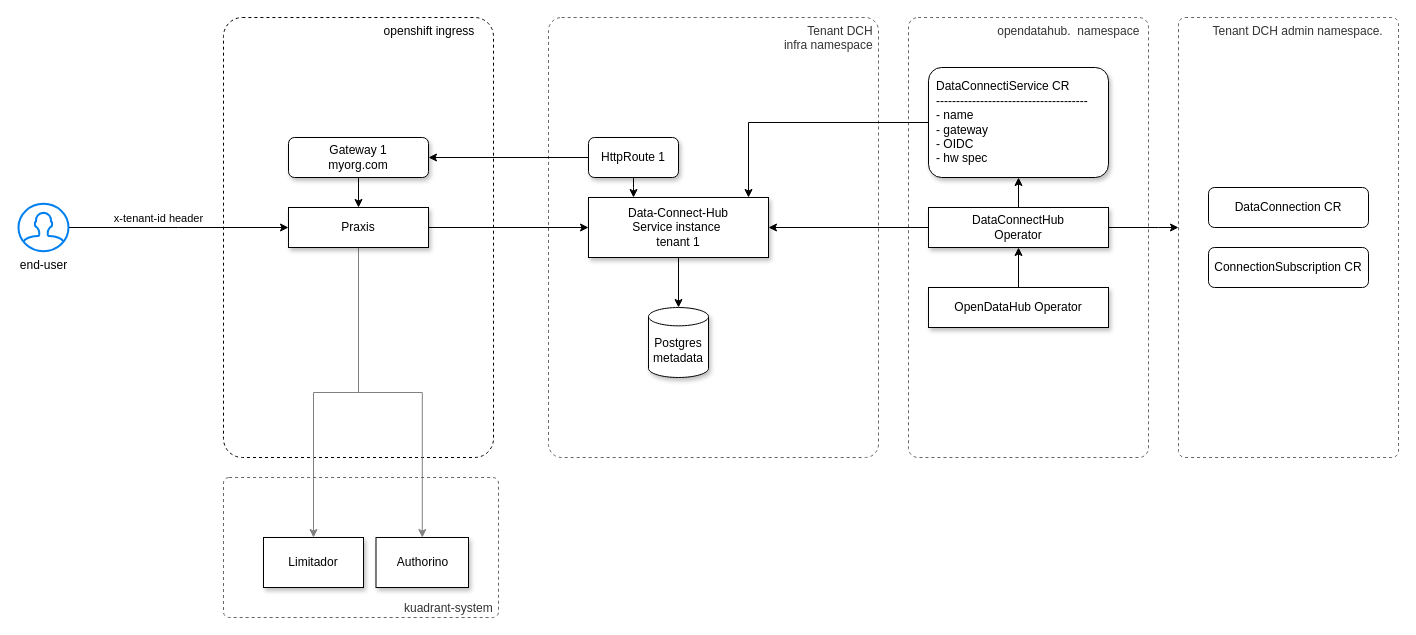
opendatahub-io/architecture-decision-records keeps this draw.io diagram as page "soft-tenancy" (4 of 5) of architecture-decision-records/data-connect-hub/diagrams/Connections.drawio. Above is the earlier version. Source tidied: cells renumbered, new cells numbered last; positions are measured from the earlier drawing's top-left corner, leaving out a move shared by most shapes. Both pictures are drawn from the tidied source at 100%, with x=0, y=0 at pixel (18, 17).
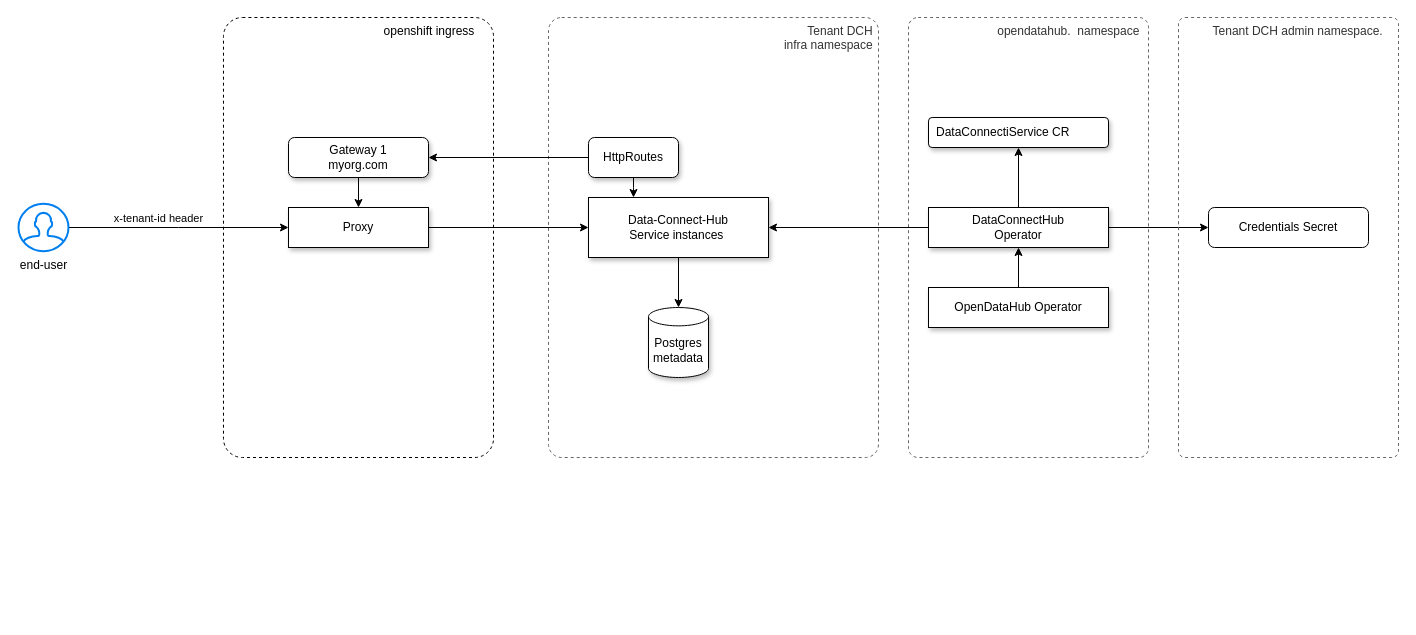
After the change.

The change refers to these unchanged cells:
```xml
<mxCell id="17" value="DataConnectHub&lt;div&gt;Operator&lt;/div&gt;" style="rounded=0;whiteSpace=wrap;html=1;shadow=1;" parent="1" vertex="1">
  <mxGeometry x="910" y="190" width="180" height="40" as="geometry" />
</mxCell>
<mxCell id="31" value="Tenant DCH admin namespace.&amp;nbsp; &amp;nbsp;&amp;nbsp;" style="rounded=1;whiteSpace=wrap;html=1;verticalAlign=top;align=right;dashed=1;arcSize=3;fillColor=none;fontColor=#333333;strokeColor=#666666;strokeWidth=1;" parent="1" vertex="1">
  <mxGeometry x="1160" width="220" height="440" as="geometry" />
</mxCell>
```

The edit, as a diff of the source:
```diff
@@
-    <mxCell id="6" style="edgeStyle=orthogonalEdgeStyle;rounded=0;jettySize=auto;html=1;strokeColor=#808080;" parent="1" edge="1" source="8" target="30">
-      <mxGeometry relative="1" as="geometry" />
-    </mxCell>
-    <mxCell id="7" style="edgeStyle=orthogonalEdgeStyle;rounded=0;jettySize=auto;html=1;strokeColor=#808080;" parent="1" edge="1" source="8" target="29">
-      <mxGeometry relative="1" as="geometry" />
-    </mxCell>
-    <mxCell id="8" value="Praxis" style="rounded=0;whiteSpace=wrap;html=1;shadow=1;" parent="1" vertex="1">
+    <mxCell id="8" value="Proxy" style="rounded=0;whiteSpace=wrap;html=1;shadow=1;" parent="1" vertex="1">
       <mxGeometry x="270" y="190" width="140" height="40" as="geometry" />
     </mxCell>
@@
-    <mxCell id="11" value="Data-Connect-Hub&lt;div&gt;Service instance&amp;nbsp;&lt;/div&gt;&lt;div&gt;tenant 1&lt;/div&gt;" style="rounded=0;whiteSpace=wrap;html=1;shadow=1;" parent="1" vertex="1">
+    <mxCell id="11" value="Data-Connect-Hub&lt;div&gt;Service instances&amp;nbsp;&lt;/div&gt;" style="rounded=0;whiteSpace=wrap;html=1;shadow=1;" parent="1" vertex="1">
       <mxGeometry x="570" y="180" width="180" height="60" as="geometry" />
     </mxCell>
@@
-    <mxCell id="16" style="edgeStyle=orthogonalEdgeStyle;rounded=0;jettySize=auto;html=1;" parent="1" edge="1" source="17" target="31">
-      <mxGeometry relative="1" as="geometry">
-        <Array as="points">
-          <mxPoint x="1140" y="210" />
-          <mxPoint x="1140" y="210" />
-        </Array>
-      </mxGeometry>
+    <mxCell id="16" style="edgeStyle=orthogonalEdgeStyle;rounded=0;jettySize=auto;html=1;" parent="1" edge="1" source="17" target="32">
+      <mxGeometry relative="1" as="geometry" />
     </mxCell>
@@
-    <mxCell id="25" value="HttpRoute 1" style="rounded=1;whiteSpace=wrap;html=1;shadow=1;" parent="1" vertex="1">
+    <mxCell id="25" value="HttpRoutes" style="rounded=1;whiteSpace=wrap;html=1;shadow=1;" parent="1" vertex="1">
       <mxGeometry x="570" y="120" width="90" height="40" as="geometry" />
     </mxCell>
-    <mxCell id="26" style="edgeStyle=orthogonalEdgeStyle;rounded=0;jettySize=auto;html=1;" parent="1" edge="1" source="27" target="11">
-      <mxGeometry relative="1" as="geometry">
-        <Array as="points">
-          <mxPoint x="730" y="105" />
-        </Array>
-      </mxGeometry>
-    </mxCell>
-    <mxCell id="27" value="DataConnectiService&amp;nbsp;&lt;span style=&quot;background-color: transparent; color: light-dark(rgb(0, 0, 0), rgb(255, 255, 255));&quot;&gt;CR&lt;/span&gt;&lt;div&gt;&lt;span style=&quot;background-color: transparent; color: light-dark(rgb(0, 0, 0), rgb(255, 255, 255));&quot;&gt;--------------------------------------&lt;/span&gt;&lt;/div&gt;&lt;div&gt;&lt;span style=&quot;background-color: transparent; color: light-dark(rgb(0, 0, 0), rgb(255, 255, 255));&quot;&gt;- name&lt;/span&gt;&lt;/div&gt;&lt;div&gt;&lt;span style=&quot;background-color: transparent; color: light-dark(rgb(0, 0, 0), rgb(255, 255, 255));&quot;&gt;- gateway&lt;/span&gt;&lt;/div&gt;&lt;div&gt;&lt;span style=&quot;background-color: transparent; color: light-dark(rgb(0, 0, 0), rgb(255, 255, 255));&quot;&gt;- OIDC&lt;/span&gt;&lt;/div&gt;&lt;div&gt;&lt;span style=&quot;background-color: transparent; color: light-dark(rgb(0, 0, 0), rgb(255, 255, 255));&quot;&gt;- hw spec&lt;/span&gt;&lt;/div&gt;" style="rounded=1;whiteSpace=wrap;html=1;glass=0;shadow=1;align=left;spacing=8;arcSize=12;" parent="1" vertex="1">
-      <mxGeometry x="910" y="50" width="180" height="110" as="geometry" />
+    <mxCell id="27" value="DataConnectiService&amp;nbsp;&lt;span style=&quot;background-color: transparent; color: light-dark(rgb(0, 0, 0), rgb(255, 255, 255));&quot;&gt;CR&lt;/span&gt;" style="rounded=1;whiteSpace=wrap;html=1;glass=0;shadow=1;align=left;spacing=8;arcSize=12;" parent="1" vertex="1">
+      <mxGeometry x="910" y="100" width="180" height="30" as="geometry" />
     </mxCell>
-    <mxCell id="28" value="kuadrant-system&amp;nbsp;" style="rounded=1;whiteSpace=wrap;html=1;verticalAlign=bottom;align=right;dashed=1;arcSize=4;fillColor=none;fontColor=#333333;strokeColor=#666666;strokeWidth=1;" parent="1" vertex="1">
-      <mxGeometry x="205" y="460" width="275" height="140" as="geometry" />
-    </mxCell>
-    <mxCell id="29" value="Authorino" style="rounded=0;whiteSpace=wrap;html=1;shadow=1;" parent="1" vertex="1">
-      <mxGeometry x="357.5" y="520" width="92.5" height="50" as="geometry" />
-    </mxCell>
-    <mxCell id="30" value="Limitador" style="rounded=0;whiteSpace=wrap;html=1;shadow=1;" parent="1" vertex="1">
-      <mxGeometry x="245" y="520" width="100" height="50" as="geometry" />
-    </mxCell>
@@
-    <mxCell id="32" value="DataConnection CR" style="rounded=1;whiteSpace=wrap;html=1;" parent="1" vertex="1">
-      <mxGeometry x="1190" y="170" width="160" height="40" as="geometry" />
+    <mxCell id="32" value="Credentials Secret" style="rounded=1;whiteSpace=wrap;html=1;" parent="1" vertex="1">
+      <mxGeometry x="1190" y="190" width="160" height="40" as="geometry" />
     </mxCell>
-    <mxCell id="33" value="ConnectionSubscription CR" style="rounded=1;whiteSpace=wrap;html=1;" parent="1" vertex="1">
-      <mxGeometry x="1190" y="230" width="160" height="40" as="geometry" />
-    </mxCell>
```
